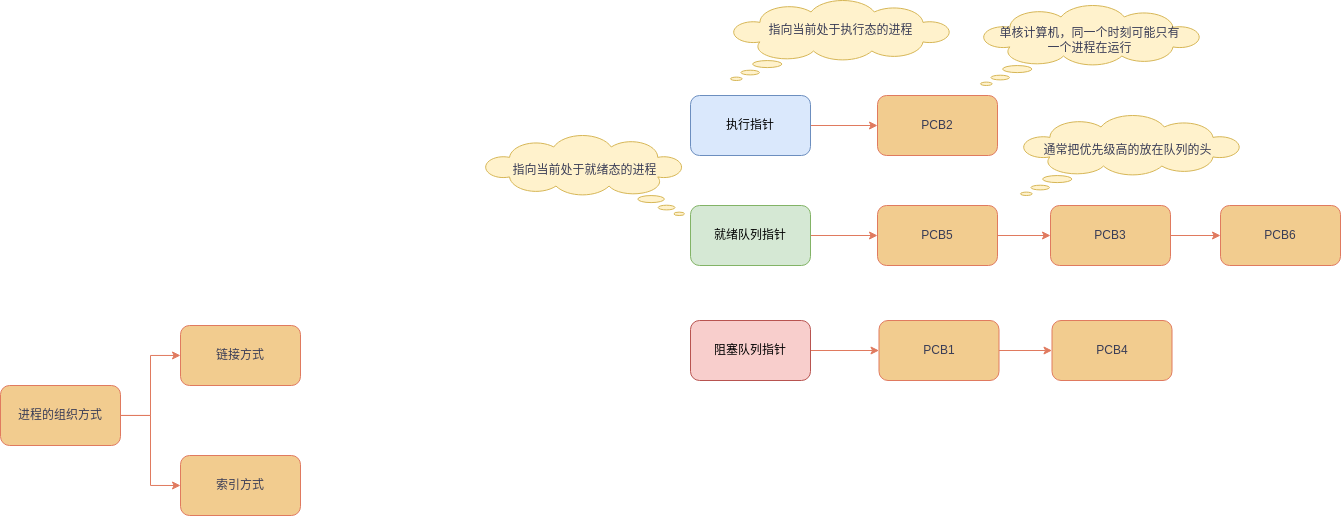
Earlier version of the draw.io export 进程的组织.drawio.png (YuMingLiDawn/Linux). Source tidied: cells renumbered, new cells last; positions are measured from the earlier drawing's top-left corner, leaving out a move shared by most shapes.
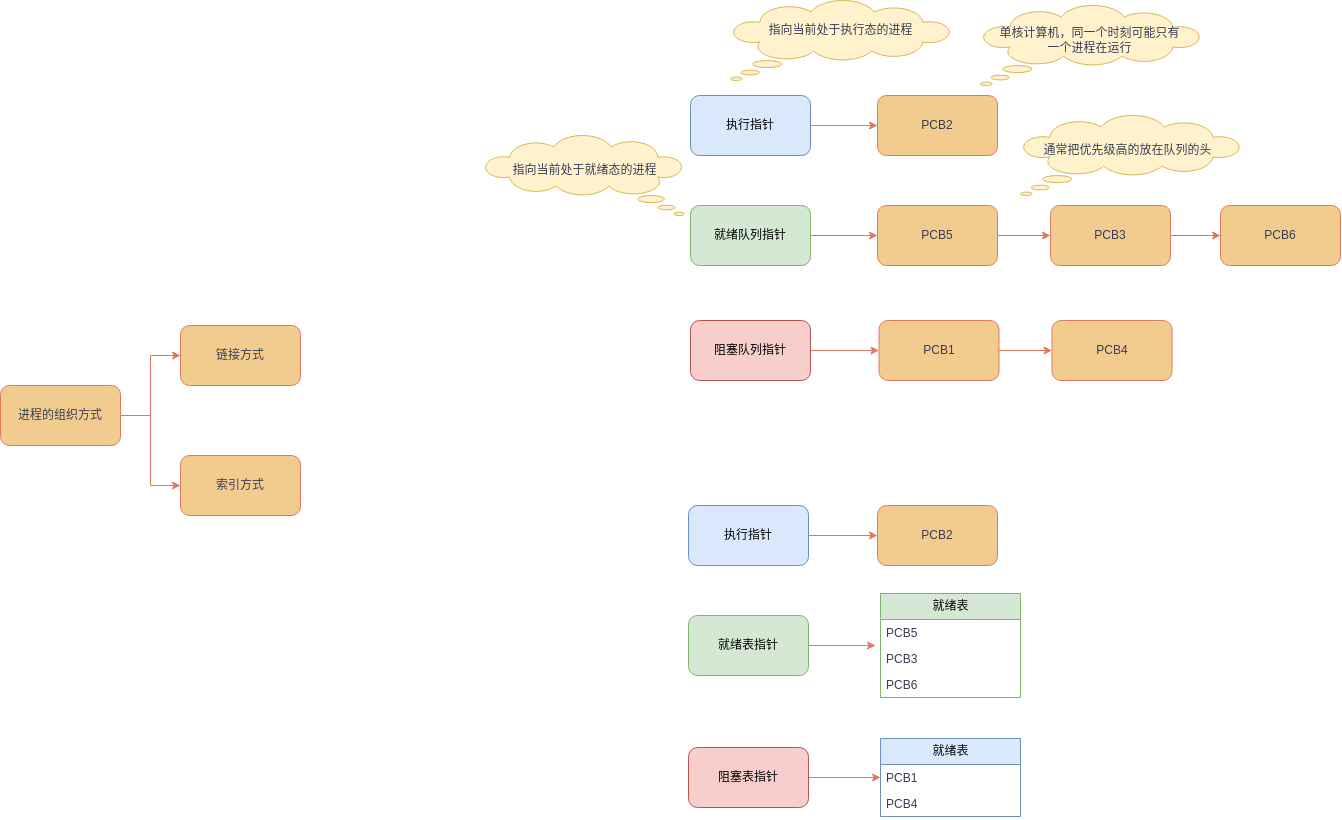
Later version of the same file.

Commit message:
更新进程的组织.drawio.png

What changed in the source:
```diff
@@ -86,5 +86,49 @@
     <mxCell id="29" value="通常把优先级高的放在队列的头" style="text;html=1;strokeColor=none;fillColor=none;align=center;verticalAlign=middle;whiteSpace=wrap;rounded=0;fontColor=#393C56;" parent="1" vertex="1">
       <mxGeometry x="1035" y="135" width="185" height="30" as="geometry" />
     </mxCell>
+    <mxCell id="30" style="edgeStyle=orthogonalEdgeStyle;rounded=0;jettySize=auto;html=1;strokeColor=#E07A5F;fontColor=#393C56;fillColor=#F2CC8F;" parent="1" edge="1" source="31" target="34">
+      <mxGeometry relative="1" as="geometry" />
+    </mxCell>
+    <mxCell id="31" value="执行指针" style="rounded=1;whiteSpace=wrap;html=1;strokeColor=#6c8ebf;fillColor=#dae8fc;" parent="1" vertex="1">
+      <mxGeometry x="688" y="505" width="120" height="60" as="geometry" />
+    </mxCell>
+    <mxCell id="32" style="edgeStyle=orthogonalEdgeStyle;rounded=0;jettySize=auto;html=1;strokeColor=#E07A5F;fontColor=#393C56;fillColor=#F2CC8F;" parent="1" edge="1" source="33">
+      <mxGeometry relative="1" as="geometry">
+        <mxPoint x="875" y="645" as="targetPoint" />
+      </mxGeometry>
+    </mxCell>
+    <mxCell id="33" value="就绪表指针" style="rounded=1;whiteSpace=wrap;html=1;strokeColor=#82b366;fillColor=#d5e8d4;" parent="1" vertex="1">
+      <mxGeometry x="688" y="615" width="120" height="60" as="geometry" />
+    </mxCell>
+    <mxCell id="34" value="PCB2" style="rounded=1;whiteSpace=wrap;html=1;labelBackgroundColor=none;fillColor=#F2CC8F;strokeColor=#E07A5F;fontColor=#393C56;" parent="1" vertex="1">
+      <mxGeometry x="877" y="505" width="120" height="60" as="geometry" />
+    </mxCell>
+    <mxCell id="35" value="就绪表" style="swimlane;fontStyle=0;horizontal=1;startSize=26;fillColor=#d5e8d4;html=1;strokeColor=#82b366;" parent="1" vertex="1">
+      <mxGeometry x="880" y="593" width="140" height="104" as="geometry" />
+    </mxCell>
+    <mxCell id="36" value="PCB5" style="text;strokeColor=none;fillColor=none;align=left;verticalAlign=top;spacingLeft=4;spacingRight=4;overflow=hidden;whiteSpace=wrap;html=1;fontColor=#393C56;" parent="35" vertex="1">
+      <mxGeometry y="26" width="140" height="26" as="geometry" />
+    </mxCell>
+    <mxCell id="37" value="PCB3" style="text;strokeColor=none;fillColor=none;align=left;verticalAlign=top;spacingLeft=4;spacingRight=4;overflow=hidden;whiteSpace=wrap;html=1;fontColor=#393C56;" parent="35" vertex="1">
+      <mxGeometry y="52" width="140" height="26" as="geometry" />
+    </mxCell>
+    <mxCell id="38" value="PCB6" style="text;strokeColor=none;fillColor=none;align=left;verticalAlign=top;spacingLeft=4;spacingRight=4;overflow=hidden;whiteSpace=wrap;html=1;fontColor=#393C56;" parent="35" vertex="1">
+      <mxGeometry y="78" width="140" height="26" as="geometry" />
+    </mxCell>
+    <mxCell id="39" value="就绪表" style="swimlane;fontStyle=0;horizontal=1;startSize=26;fillColor=#dae8fc;html=1;strokeColor=#6c8ebf;" parent="1" vertex="1">
+      <mxGeometry x="880" y="738" width="140" height="78" as="geometry" />
+    </mxCell>
+    <mxCell id="40" value="PCB1" style="text;strokeColor=none;fillColor=none;align=left;verticalAlign=top;spacingLeft=4;spacingRight=4;overflow=hidden;points=[[0,0.5],[1,0.5]];portConstraint=eastwest;whiteSpace=wrap;html=1;fontColor=#393C56;" parent="39" vertex="1">
+      <mxGeometry y="26" width="140" height="26" as="geometry" />
+    </mxCell>
+    <mxCell id="41" value="PCB4" style="text;strokeColor=none;fillColor=none;align=left;verticalAlign=top;spacingLeft=4;spacingRight=4;overflow=hidden;whiteSpace=wrap;html=1;fontColor=#393C56;" parent="39" vertex="1">
+      <mxGeometry y="52" width="140" height="26" as="geometry" />
+    </mxCell>
+    <mxCell id="42" style="edgeStyle=orthogonalEdgeStyle;rounded=0;jettySize=auto;html=1;strokeColor=#E07A5F;fontColor=#393C56;fillColor=#F2CC8F;" parent="1" edge="1" source="43" target="40">
+      <mxGeometry relative="1" as="geometry" />
+    </mxCell>
+    <mxCell id="43" value="阻塞表指针" style="rounded=1;whiteSpace=wrap;html=1;strokeColor=#b85450;fillColor=#f8cecc;" parent="1" vertex="1">
+      <mxGeometry x="688" y="747" width="120" height="60" as="geometry" />
+    </mxCell>
   </root>
 </mxGraphModel>
```
